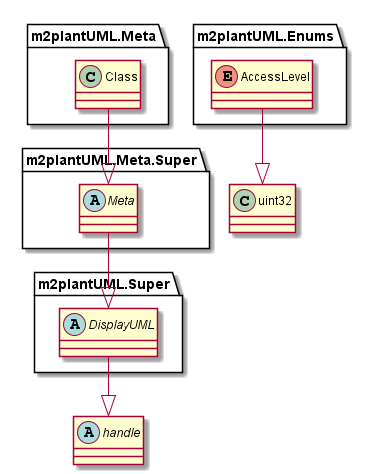
The PlantUML diagram doc/uml-examples/export-class-OnlyRelationship-true.png in flxdot/matdoc, before a commit.
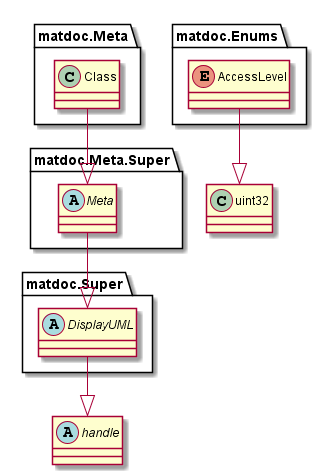
After the change.

Change to the diagram source:
```diff
@@ -4,25 +4,25 @@
 }
 
 
-enum m2plantUML.Enums.AccessLevel {
+enum matdoc.Enums.AccessLevel {
 }
 
-m2plantUML.Enums.AccessLevel --|> uint32
+matdoc.Enums.AccessLevel --|> uint32
 
-class m2plantUML.Meta.Class {
+class matdoc.Meta.Class {
 }
 
-m2plantUML.Meta.Class --|> m2plantUML.Meta.Super.Meta
+matdoc.Meta.Class --|> matdoc.Meta.Super.Meta
 
-abstract class m2plantUML.Meta.Super.Meta {
+abstract class matdoc.Meta.Super.Meta {
 }
 
-m2plantUML.Meta.Super.Meta --|> m2plantUML.Super.DisplayUML
+matdoc.Meta.Super.Meta --|> matdoc.Super.DisplayUML
 
-abstract class m2plantUML.Super.DisplayUML {
+abstract class matdoc.Super.DisplayUML {
 }
 
-m2plantUML.Super.DisplayUML --|> handle
+matdoc.Super.DisplayUML --|> handle
 
 class uint32 {
 }
```
